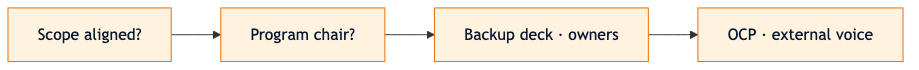
upscale-ai-network/agent-template keeps this Mermaid diagram as assets/diagrams/a3/slide04-sponsor.png. Above is the earlier version. Its source is kept beside it as assets/diagrams/a3/slide04-sponsor.mmd.
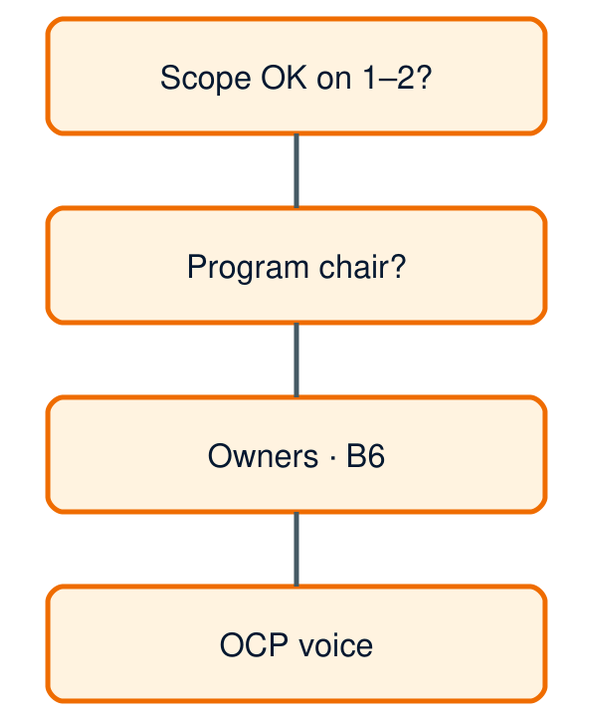
After the change.

Diff of the diagram source:
```diff
@@ -1,7 +1,6 @@
-flowchart LR
-  SCOPE[Scope aligned?] --> CHAIR[Program chair?]
-  CHAIR --> OWN[Backup deck · owners]
-  OWN --> OCP[OCP · external voice]
+flowchart TB
+  SCOPE[Scope OK on 1–2?] --> CHAIR[Program chair?]
+  CHAIR --> OWN[Owners · B6]
+  OWN --> OCP[OCP voice]
 
-  classDef ask fill:#FFF3E0,stroke:#EF6C00,color:#051830
   class SCOPE,CHAIR,OWN,OCP ask
```
